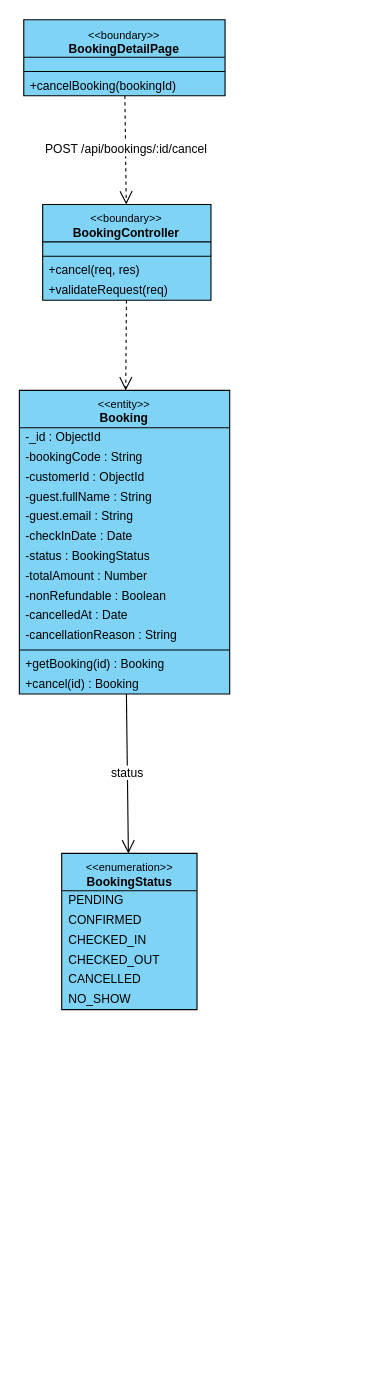
toikobi401/SWD392 keeps this draw.io diagram as final/diagrams/M3_Booking-And-Customer_Diagrams/class_diagrams/CD-11_UC-G14_CancelBooking.drawio. Above is the earlier version. Source tidied: cells renumbered, new cells numbered last; positions are measured from the earlier drawing's top-left corner, leaving out a move shared by most shapes. Both pictures are drawn from the tidied source at 110%, with x=0, y=0 at pixel (19, 19).
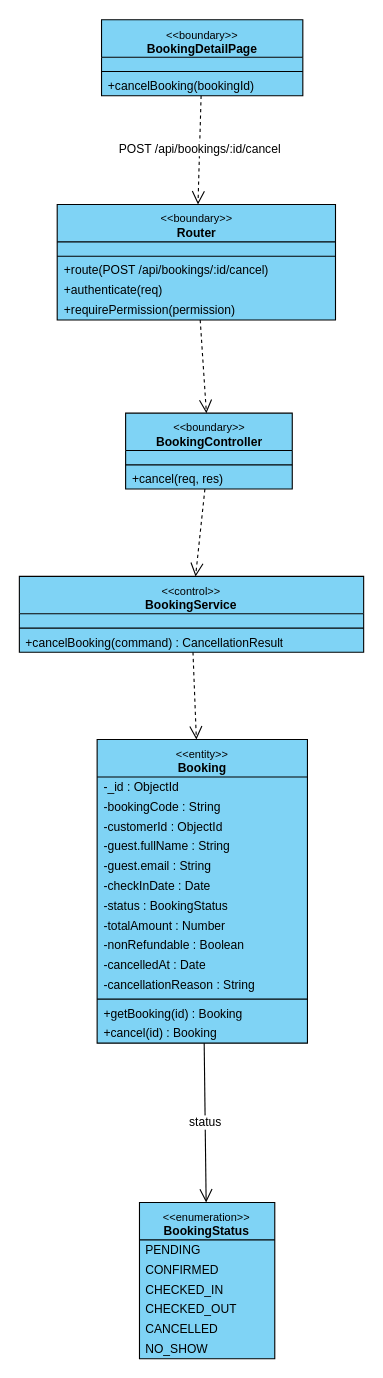
Above is the later version.

Change to the diagram source:
```diff
@@
     <mxCell id="2" value="&lt;font style=&quot;font-size:10px&quot;&gt;&amp;lt;&amp;lt;boundary&amp;gt;&amp;gt;&lt;/font&gt;&lt;br&gt;&lt;b&gt;BookingDetailPage&lt;/b&gt;" style="swimlane;fontStyle=0;align=center;verticalAlign=top;horizontal=1;startSize=34;html=1;whiteSpace=wrap;fontSize=11;fillColor=#7fd3f5;swimlaneFillColor=#7fd3f5;strokeColor=#000000;" parent="1" vertex="1">
-      <mxGeometry x="4.1" y="0.5" width="183" height="69" as="geometry" />
+      <mxGeometry x="74.8" y="0.5" width="183" height="69" as="geometry" />
     </mxCell>
@@
+    <mxCell id="36" value="&lt;font style=&quot;font-size:10px&quot;&gt;&amp;lt;&amp;lt;boundary&amp;gt;&amp;gt;&lt;/font&gt;&lt;br&gt;&lt;b&gt;Router&lt;/b&gt;" style="swimlane;fontStyle=0;align=center;verticalAlign=top;horizontal=1;startSize=34;html=1;whiteSpace=wrap;fontSize=11;fillColor=#7fd3f5;swimlaneFillColor=#7fd3f5;strokeColor=#000000;" parent="1" vertex="1">
+      <mxGeometry x="34.5" y="168.4" width="253" height="105" as="geometry" />
+    </mxCell>
+    <mxCell id="37" style="text;strokeColor=none;fillColor=none;html=1;" parent="36" vertex="1">
+      <mxGeometry y="34" width="253" height="9" as="geometry" />
+    </mxCell>
+    <mxCell id="38" style="line;strokeWidth=1;fillColor=none;align=left;verticalAlign=middle;spacingTop=-1;spacingLeft=3;spacingRight=3;labelPosition=right;strokeColor=#000000;" parent="36" vertex="1">
+      <mxGeometry y="43" width="253" height="8" as="geometry" />
+    </mxCell>
+    <mxCell id="39" value="+route(POST /api/bookings/:id/cancel)" style="text;strokeColor=none;fillColor=none;align=left;verticalAlign=middle;spacingLeft=4;spacingRight=4;overflow=hidden;whiteSpace=nowrap;html=1;fontSize=11;" parent="36" vertex="1">
+      <mxGeometry y="51" width="253" height="18" as="geometry" />
+    </mxCell>
+    <mxCell id="40" value="+authenticate(req)" style="text;strokeColor=none;fillColor=none;align=left;verticalAlign=middle;spacingLeft=4;spacingRight=4;overflow=hidden;whiteSpace=nowrap;html=1;fontSize=11;" parent="36" vertex="1">
+      <mxGeometry y="69" width="253" height="18" as="geometry" />
+    </mxCell>
+    <mxCell id="41" value="+requirePermission(permission)" style="text;strokeColor=none;fillColor=none;align=left;verticalAlign=middle;spacingLeft=4;spacingRight=4;overflow=hidden;whiteSpace=nowrap;html=1;fontSize=11;" parent="36" vertex="1">
+      <mxGeometry y="87" width="253" height="18" as="geometry" />
+    </mxCell>
     <mxCell id="6" value="&lt;font style=&quot;font-size:10px&quot;&gt;&amp;lt;&amp;lt;boundary&amp;gt;&amp;gt;&lt;/font&gt;&lt;br&gt;&lt;b&gt;BookingController&lt;/b&gt;" style="swimlane;fontStyle=0;align=center;verticalAlign=top;horizontal=1;startSize=34;html=1;whiteSpace=wrap;fontSize=11;fillColor=#7fd3f5;swimlaneFillColor=#7fd3f5;strokeColor=#000000;" parent="1" vertex="1">
-      <mxGeometry x="21.3" y="168.4" width="153" height="87" as="geometry" />
+      <mxGeometry x="96.7" y="358.1" width="151.5" height="69" as="geometry" />
     </mxCell>
-    <mxCell id="7" style="text;strokeColor=none;fillColor=none;html=1;" parent="6" vertex="1">
-      <mxGeometry y="34" width="153" height="9" as="geometry" />
-    </mxCell>
-    <mxCell id="8" style="line;strokeWidth=1;fillColor=none;align=left;verticalAlign=middle;spacingTop=-1;spacingLeft=3;spacingRight=3;labelPosition=right;strokeColor=#000000;" parent="6" vertex="1">
-      <mxGeometry y="43" width="153" height="8" as="geometry" />
-    </mxCell>
+    <mxCell id="42" style="text;strokeColor=none;fillColor=none;html=1;" parent="6" vertex="1">
+      <mxGeometry y="34" width="151.5" height="9" as="geometry" />
+    </mxCell>
+    <mxCell id="43" style="line;strokeWidth=1;fillColor=none;align=left;verticalAlign=middle;spacingTop=-1;spacingLeft=3;spacingRight=3;labelPosition=right;strokeColor=#000000;" parent="6" vertex="1">
+      <mxGeometry y="43" width="151.5" height="8" as="geometry" />
+    </mxCell>
     <mxCell id="9" value="+cancel(req, res)" style="text;strokeColor=none;fillColor=none;align=left;verticalAlign=middle;spacingLeft=4;spacingRight=4;overflow=hidden;whiteSpace=nowrap;html=1;fontSize=11;" parent="6" vertex="1">
-      <mxGeometry y="51" width="153" height="18" as="geometry" />
+      <mxGeometry y="51" width="151.5" height="18" as="geometry" />
     </mxCell>
-    <mxCell id="10" value="+validateRequest(req)" style="text;strokeColor=none;fillColor=none;align=left;verticalAlign=middle;spacingLeft=4;spacingRight=4;overflow=hidden;whiteSpace=nowrap;html=1;fontSize=11;" parent="6" vertex="1">
-      <mxGeometry y="69" width="153" height="18" as="geometry" />
-    </mxCell>
+    <mxCell id="44" value="&lt;font style=&quot;font-size:10px&quot;&gt;&amp;lt;&amp;lt;control&amp;gt;&amp;gt;&lt;/font&gt;&lt;br&gt;&lt;b&gt;BookingService&lt;/b&gt;" style="swimlane;fontStyle=0;align=center;verticalAlign=top;horizontal=1;startSize=34;html=1;whiteSpace=wrap;fontSize=11;fillColor=#7fd3f5;swimlaneFillColor=#7fd3f5;strokeColor=#000000;" parent="1" vertex="1">
+      <mxGeometry x="0.1" y="506.5" width="313" height="69" as="geometry" />
+    </mxCell>
+    <mxCell id="45" style="text;strokeColor=none;fillColor=none;html=1;" parent="44" vertex="1">
+      <mxGeometry y="34" width="313" height="9" as="geometry" />
+    </mxCell>
+    <mxCell id="46" style="line;strokeWidth=1;fillColor=none;align=left;verticalAlign=middle;spacingTop=-1;spacingLeft=3;spacingRight=3;labelPosition=right;strokeColor=#000000;" parent="44" vertex="1">
+      <mxGeometry y="43" width="313" height="8" as="geometry" />
+    </mxCell>
+    <mxCell id="47" value="+cancelBooking(command) : CancellationResult" style="text;strokeColor=none;fillColor=none;align=left;verticalAlign=middle;spacingLeft=4;spacingRight=4;overflow=hidden;whiteSpace=nowrap;html=1;fontSize=11;" parent="44" vertex="1">
+      <mxGeometry y="51" width="313" height="18" as="geometry" />
+    </mxCell>
     <mxCell id="11" value="&lt;font style=&quot;font-size:10px&quot;&gt;&amp;lt;&amp;lt;entity&amp;gt;&amp;gt;&lt;/font&gt;&lt;br&gt;&lt;b&gt;Booking&lt;/b&gt;" style="swimlane;fontStyle=0;align=center;verticalAlign=top;horizontal=1;startSize=34;html=1;whiteSpace=wrap;fontSize=11;fillColor=#7fd3f5;swimlaneFillColor=#7fd3f5;strokeColor=#000000;" parent="1" vertex="1">
-      <mxGeometry x="0.1" y="337.4" width="191.2" height="276" as="geometry" />
+      <mxGeometry x="70.8" y="654.8" width="191.2" height="276" as="geometry" />
     </mxCell>
@@
     <mxCell id="26" value="&lt;font style=&quot;font-size:10px&quot;&gt;&amp;lt;&amp;lt;enumeration&amp;gt;&amp;gt;&lt;/font&gt;&lt;br&gt;&lt;b&gt;BookingStatus&lt;/b&gt;" style="swimlane;fontStyle=0;align=center;verticalAlign=top;horizontal=1;startSize=34;html=1;whiteSpace=wrap;fontSize=11;fillColor=#7fd3f5;swimlaneFillColor=#7fd3f5;strokeColor=#000000;" parent="1" vertex="1">
-      <mxGeometry x="38.6" y="758.3" width="123" height="142" as="geometry" />
+      <mxGeometry x="109.3" y="1075.7" width="123" height="142" as="geometry" />
     </mxCell>
@@
-    <mxCell id="33" value="POST /api/bookings/:id/cancel" style="html=1;rounded=0;fontSize=11;labelBackgroundColor=#ffffff;dashed=1;endArrow=open;endSize=10;" parent="1" edge="1" source="2" target="6">
+    <mxCell id="33" value="POST /api/bookings/:id/cancel" style="html=1;rounded=0;fontSize=11;labelBackgroundColor=#ffffff;dashed=1;endArrow=open;endSize=10;" parent="1" edge="1" source="2" target="36">
       <mxGeometry relative="1" as="geometry" />
     </mxCell>
-    <mxCell id="34" style="html=1;rounded=0;fontSize=11;labelBackgroundColor=#ffffff;dashed=1;endArrow=open;endSize=10;" parent="1" edge="1" source="6" target="11">
+    <mxCell id="34" style="html=1;rounded=0;fontSize=11;labelBackgroundColor=#ffffff;dashed=1;endArrow=open;endSize=10;" parent="1" edge="1" source="36" target="6">
       <mxGeometry relative="1" as="geometry" />
     </mxCell>
-    <mxCell id="35" value="status" style="html=1;rounded=0;fontSize=11;labelBackgroundColor=#ffffff;endArrow=open;endSize=10;" parent="1" edge="1" source="11" target="26">
+    <mxCell id="35" style="html=1;rounded=0;fontSize=11;labelBackgroundColor=#ffffff;dashed=1;endArrow=open;endSize=10;" parent="1" edge="1" source="6" target="44">
       <mxGeometry relative="1" as="geometry" />
     </mxCell>
+    <mxCell id="48" style="html=1;rounded=0;fontSize=11;labelBackgroundColor=#ffffff;dashed=1;endArrow=open;endSize=10;" parent="1" edge="1" source="44" target="11">
+      <mxGeometry relative="1" as="geometry" />
+    </mxCell>
+    <mxCell id="49" value="status" style="html=1;rounded=0;fontSize=11;labelBackgroundColor=#ffffff;endArrow=open;endSize=10;" parent="1" edge="1" source="11" target="26">
+      <mxGeometry relative="1" as="geometry" />
+    </mxCell>
```
